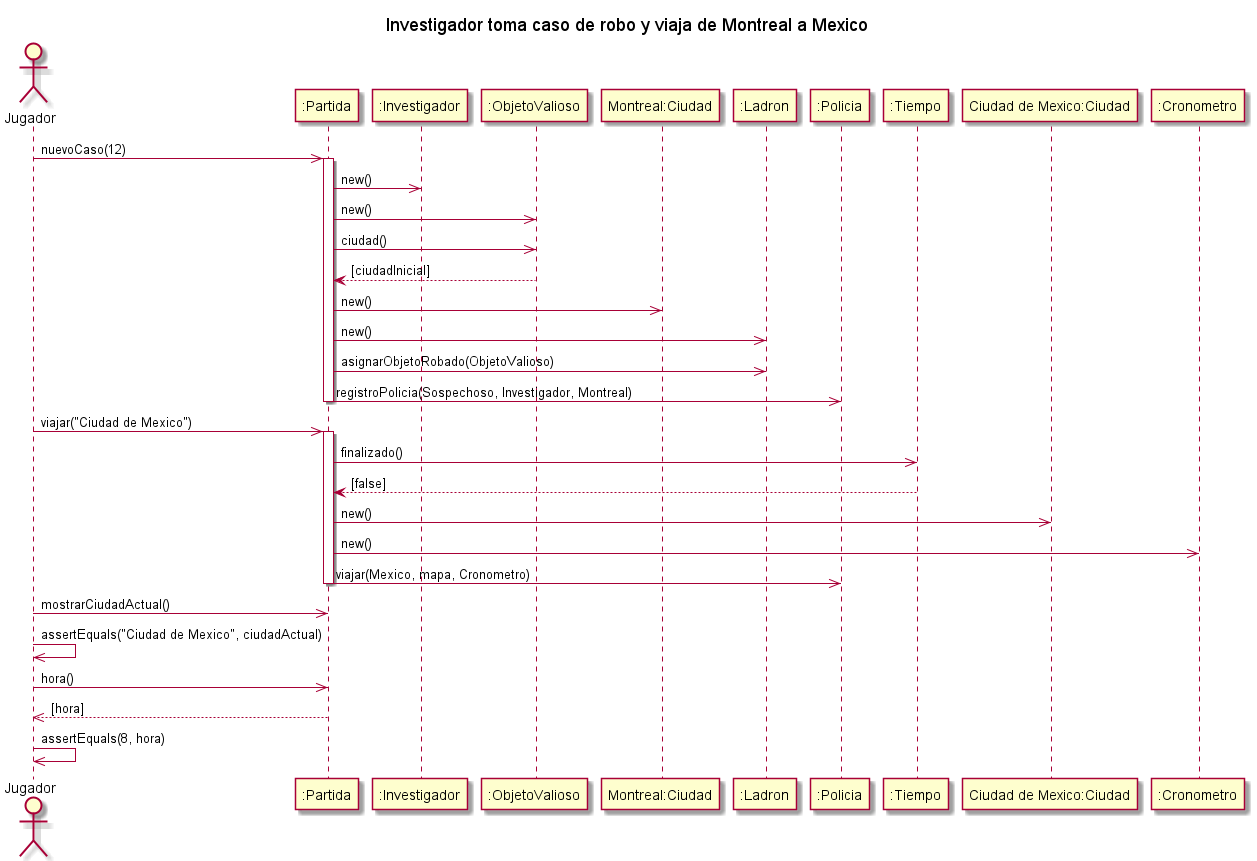
This is diagrams/sequences/entrega2/DS_InvestigadorTomaCasoYViajaDeMontrealAMexico.png from kmu01/Algo3_tp2, a PlantUML export, as it was before one commit. Its diagram source:
```plantuml
@startuml
title Investigador toma caso de robo y viaja de Montreal a Mexico

actor "Jugador" as AlgoThief
participant ":Partida" as Partida
participant ":Investigador" as Grado
participant ":ObjetoValioso" as ObjetoRobado
participant "Montreal:Ciudad" as Ciudad
participant ":Ladron" as Ladron
participant ":Policia" as Policia
participant ":Tiempo" as Tiempo
participant "Ciudad de Mexico:Ciudad" as Mexico
participant ":Cronometro" as Cronometro

AlgoThief ->> Partida : nuevoCaso(12)
activate Partida
    Partida ->> Grado : new()
    Partida ->> ObjetoRobado : new()
    Partida ->> ObjetoRobado : ciudad()
    ObjetoRobado --> Partida : [ciudadInicial]
    Partida ->> Ciudad : new()
    Partida ->> Ladron : new()
    Partida ->> Ladron : asignarObjetoRobado(ObjetoValioso)
    Partida ->> Policia : registroPolicia(Sospechoso, Investigador, Montreal)
deactivate Partida

AlgoThief ->> Partida : viajar("Ciudad de Mexico")
activate Partida
Partida ->> Tiempo : finalizado()
Tiempo --> Partida : [false]
Partida ->> Mexico : new()
Partida ->> Cronometro : new()
Partida ->> Policia : viajar(Mexico, mapa, Cronometro)
deactivate Partida
AlgoThief ->> Partida : mostrarCiudadActual()
AlgoThief ->> AlgoThief : assertEquals("Ciudad de Mexico", ciudadActual)
AlgoThief ->> Partida : hora()
return [hora]
AlgoThief ->> AlgoThief : assertEquals(8, hora)
@enduml
```
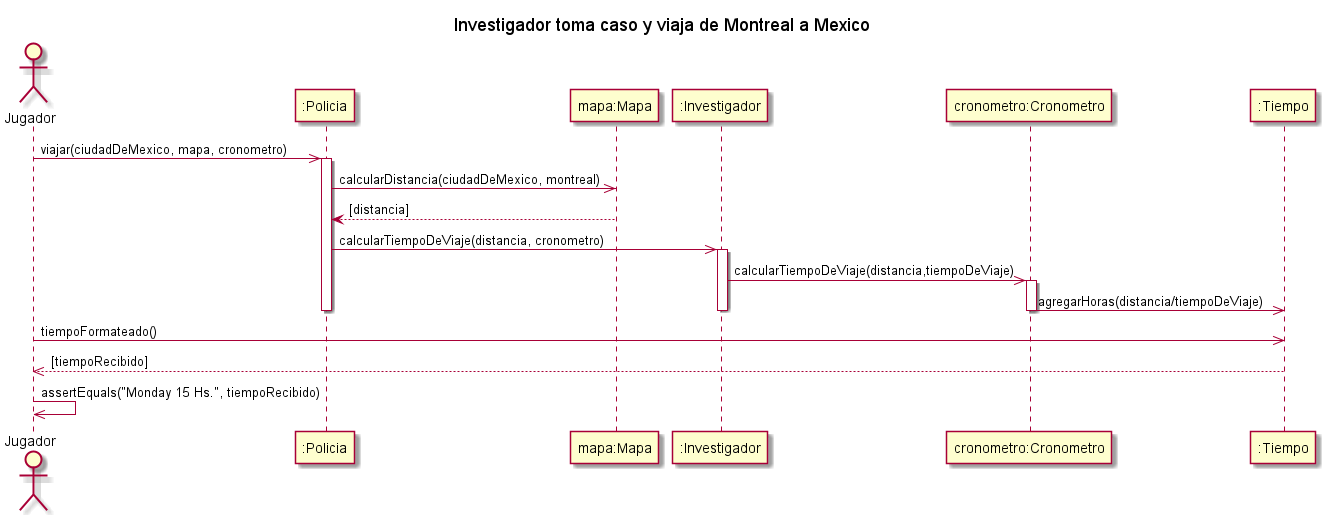
Above is the later version.

Commit message:
Actualización pequeña

Change to the diagram source:
```diff
@@ -1,40 +1,26 @@
 @startuml
-title Investigador toma caso de robo y viaja de Montreal a Mexico
+title Investigador toma caso y viaja de Montreal a Mexico
 
 actor "Jugador" as AlgoThief
-participant ":Partida" as Partida
+participant ":Policia" as Policia
+participant "mapa:Mapa" as Mapa
 participant ":Investigador" as Grado
-participant ":ObjetoValioso" as ObjetoRobado
-participant "Montreal:Ciudad" as Ciudad
-participant ":Ladron" as Ladron
-participant ":Policia" as Policia
+participant "cronometro:Cronometro" as Cronometro
 participant ":Tiempo" as Tiempo
-participant "Ciudad de Mexico:Ciudad" as Mexico
-participant ":Cronometro" as Cronometro
+AlgoThief ->> Policia : viajar(ciudadDeMexico, mapa, cronometro)
+activate Policia
+    Policia ->> Mapa : calcularDistancia(ciudadDeMexico, montreal)
+    Mapa --> Policia : [distancia]
+    Policia ->> Grado : calcularTiempoDeViaje(distancia, cronometro)
+    activate Grado
+        Grado ->> Cronometro : calcularTiempoDeViaje(distancia,tiempoDeViaje)
+        activate Cronometro
+            Cronometro ->> Tiempo : agregarHoras(distancia/tiempoDeViaje)
+        deactivate Cronometro
+    deactivate Grado
+deactivate Policia
+AlgoThief ->> Tiempo : tiempoFormateado()
+return[tiempoRecibido]
 
-AlgoThief ->> Partida : nuevoCaso(12)
-activate Partida
-    Partida ->> Grado : new()
-    Partida ->> ObjetoRobado : new()
-    Partida ->> ObjetoRobado : ciudad()
-    ObjetoRobado --> Partida : [ciudadInicial]
-    Partida ->> Ciudad : new()
-    Partida ->> Ladron : new()
-    Partida ->> Ladron : asignarObjetoRobado(ObjetoValioso)
-    Partida ->> Policia : registroPolicia(Sospechoso, Investigador, Montreal)
-deactivate Partida
-
-AlgoThief ->> Partida : viajar("Ciudad de Mexico")
-activate Partida
-Partida ->> Tiempo : finalizado()
-Tiempo --> Partida : [false]
-Partida ->> Mexico : new()
-Partida ->> Cronometro : new()
-Partida ->> Policia : viajar(Mexico, mapa, Cronometro)
-deactivate Partida
-AlgoThief ->> Partida : mostrarCiudadActual()
-AlgoThief ->> AlgoThief : assertEquals("Ciudad de Mexico", ciudadActual)
-AlgoThief ->> Partida : hora()
-return [hora]
-AlgoThief ->> AlgoThief : assertEquals(8, hora)
+AlgoThief ->> AlgoThief : assertEquals("Monday 15 Hs.", tiempoRecibido)
 @enduml
```
